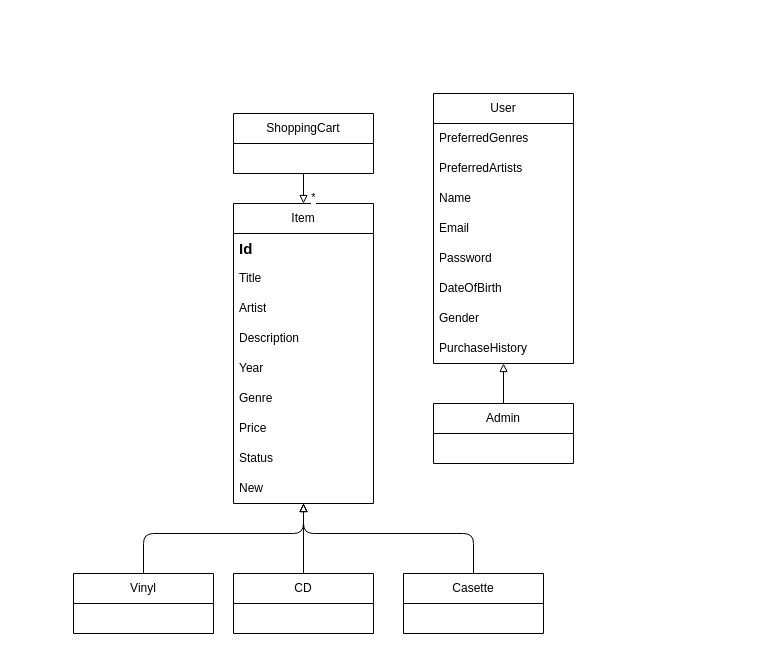
JochemGrootherder/educom-webshop-runtime-records keeps this draw.io diagram as diagrams/ERD.drawio. Above is the earlier version. Source tidied: cells renumbered, new cells numbered last; positions are measured from the earlier drawing's top-left corner, leaving out a move shared by most shapes. Both pictures are drawn from the tidied source at 100%, with x=0, y=0 at pixel (73, 93).
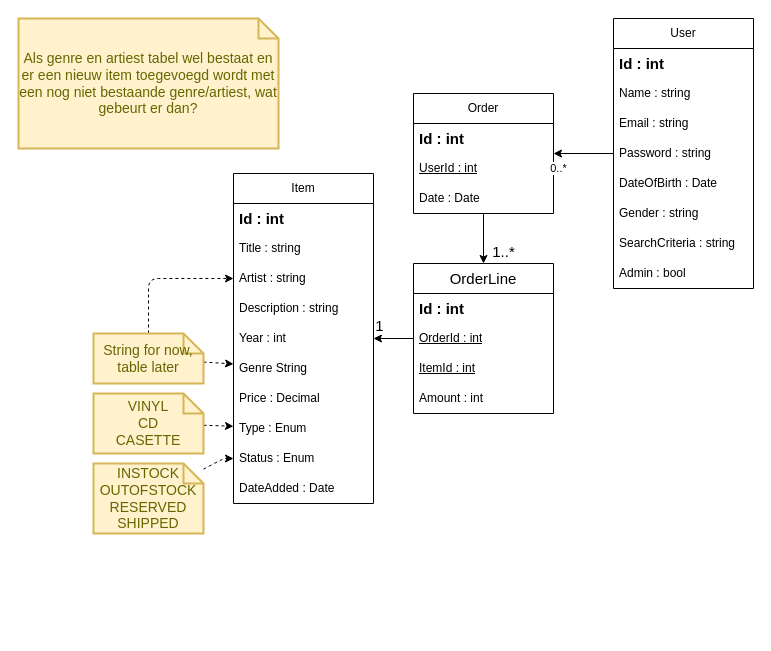
After the change.

What changed in the source:
```diff
@@
     <mxCell id="2" value="Item" style="swimlane;fontStyle=0;horizontal=1;startSize=30;whiteSpace=wrap;html=1;" parent="1" vertex="1">
-      <mxGeometry x="160" y="110" width="140" height="300" as="geometry" />
+      <mxGeometry x="160" y="80" width="140" height="330" as="geometry" />
     </mxCell>
-    <mxCell id="3" value="Id" style="text;strokeColor=none;fillColor=none;align=left;verticalAlign=middle;spacingLeft=4;spacingRight=4;overflow=hidden;whiteSpace=wrap;html=1;fontStyle=1;fontSize=15;" parent="2" vertex="1">
+    <mxCell id="3" value="Id : int" style="text;strokeColor=none;fillColor=none;align=left;verticalAlign=middle;spacingLeft=4;spacingRight=4;overflow=hidden;whiteSpace=wrap;html=1;fontStyle=1;fontSize=15;" parent="2" vertex="1">
       <mxGeometry y="30" width="140" height="30" as="geometry" />
     </mxCell>
-    <mxCell id="4" value="Title" style="text;strokeColor=none;fillColor=none;align=left;verticalAlign=middle;spacingLeft=4;spacingRight=4;overflow=hidden;whiteSpace=wrap;html=1;" parent="2" vertex="1">
+    <mxCell id="4" value="Title : string" style="text;strokeColor=none;fillColor=none;align=left;verticalAlign=middle;spacingLeft=4;spacingRight=4;overflow=hidden;whiteSpace=wrap;html=1;" parent="2" vertex="1">
       <mxGeometry y="60" width="140" height="30" as="geometry" />
     </mxCell>
-    <mxCell id="5" value="Artist" style="text;strokeColor=none;fillColor=none;align=left;verticalAlign=middle;spacingLeft=4;spacingRight=4;overflow=hidden;points=[[0,0.5],[1,0.5]];portConstraint=eastwest;whiteSpace=wrap;html=1;" parent="2" vertex="1">
+    <mxCell id="5" value="Artist : string" style="text;strokeColor=none;fillColor=none;align=left;verticalAlign=middle;spacingLeft=4;spacingRight=4;overflow=hidden;points=[[0,0.5],[1,0.5]];portConstraint=eastwest;whiteSpace=wrap;html=1;" parent="2" vertex="1">
       <mxGeometry y="90" width="140" height="30" as="geometry" />
     </mxCell>
-    <mxCell id="6" value="Description" style="text;strokeColor=none;fillColor=none;align=left;verticalAlign=middle;spacingLeft=4;spacingRight=4;overflow=hidden;whiteSpace=wrap;html=1;" parent="2" vertex="1">
+    <mxCell id="6" value="Description : string" style="text;strokeColor=none;fillColor=none;align=left;verticalAlign=middle;spacingLeft=4;spacingRight=4;overflow=hidden;whiteSpace=wrap;html=1;" parent="2" vertex="1">
       <mxGeometry y="120" width="140" height="30" as="geometry" />
     </mxCell>
-    <mxCell id="7" value="Year" style="text;strokeColor=none;fillColor=none;align=left;verticalAlign=middle;spacingLeft=4;spacingRight=4;overflow=hidden;whiteSpace=wrap;html=1;" parent="2" vertex="1">
+    <mxCell id="7" value="Year : int" style="text;strokeColor=none;fillColor=none;align=left;verticalAlign=middle;spacingLeft=4;spacingRight=4;overflow=hidden;whiteSpace=wrap;html=1;" parent="2" vertex="1">
       <mxGeometry y="150" width="140" height="30" as="geometry" />
     </mxCell>
-    <mxCell id="8" value="Genre" style="text;strokeColor=none;fillColor=none;align=left;verticalAlign=middle;spacingLeft=4;spacingRight=4;overflow=hidden;points=[[0,0.5],[1,0.5]];portConstraint=eastwest;whiteSpace=wrap;html=1;" parent="2" vertex="1">
+    <mxCell id="8" value="Genre String" style="text;strokeColor=none;fillColor=none;align=left;verticalAlign=middle;spacingLeft=4;spacingRight=4;overflow=hidden;points=[[0,0.5],[1,0.5]];portConstraint=eastwest;whiteSpace=wrap;html=1;" parent="2" vertex="1">
       <mxGeometry y="180" width="140" height="30" as="geometry" />
     </mxCell>
-    <mxCell id="9" value="Price" style="text;strokeColor=none;fillColor=none;align=left;verticalAlign=middle;spacingLeft=4;spacingRight=4;overflow=hidden;whiteSpace=wrap;html=1;" parent="2" vertex="1">
+    <mxCell id="9" value="Price : Decimal" style="text;strokeColor=none;fillColor=none;align=left;verticalAlign=middle;spacingLeft=4;spacingRight=4;overflow=hidden;whiteSpace=wrap;html=1;" parent="2" vertex="1">
       <mxGeometry y="210" width="140" height="30" as="geometry" />
     </mxCell>
+    <mxCell id="31" value="Type : Enum" style="text;strokeColor=none;fillColor=none;align=left;verticalAlign=middle;spacingLeft=4;spacingRight=4;overflow=hidden;points=[[0,0.5],[1,0.5]];portConstraint=eastwest;whiteSpace=wrap;html=1;" parent="2" vertex="1">
+      <mxGeometry y="240" width="140" height="30" as="geometry" />
+    </mxCell>
-    <mxCell id="10" value="Status" style="text;strokeColor=none;fillColor=none;align=left;verticalAlign=middle;spacingLeft=4;spacingRight=4;overflow=hidden;points=[[0,0.5],[1,0.5]];portConstraint=eastwest;whiteSpace=wrap;html=1;" parent="2" vertex="1">
-      <mxGeometry y="240" width="140" height="30" as="geometry" />
+    <mxCell id="10" value="Status : Enum" style="text;strokeColor=none;fillColor=none;align=left;verticalAlign=middle;spacingLeft=4;spacingRight=4;overflow=hidden;points=[[0,0.5],[1,0.5]];portConstraint=eastwest;whiteSpace=wrap;html=1;" parent="2" vertex="1">
+      <mxGeometry y="270" width="140" height="30" as="geometry" />
     </mxCell>
-    <mxCell id="11" value="New" style="text;strokeColor=none;fillColor=none;align=left;verticalAlign=middle;spacingLeft=4;spacingRight=4;overflow=hidden;whiteSpace=wrap;html=1;" parent="2" vertex="1">
-      <mxGeometry y="270" width="140" height="30" as="geometry" />
+    <mxCell id="11" value="DateAdded : Date" style="text;strokeColor=none;fillColor=none;align=left;verticalAlign=middle;spacingLeft=4;spacingRight=4;overflow=hidden;whiteSpace=wrap;html=1;" parent="2" vertex="1">
+      <mxGeometry y="300" width="140" height="30" as="geometry" />
     </mxCell>
-    <mxCell id="12" style="edgeStyle=orthogonalEdgeStyle;html=1;endArrow=block;endFill=0;" parent="1" edge="1" source="13" target="2">
-      <mxGeometry relative="1" as="geometry">
-        <Array as="points">
-          <mxPoint x="70" y="440" />
-          <mxPoint x="230" y="440" />
-        </Array>
-      </mxGeometry>
-    </mxCell>
-    <mxCell id="13" value="Vinyl" style="swimlane;fontStyle=0;horizontal=1;startSize=30;whiteSpace=wrap;html=1;" parent="1" vertex="1">
-      <mxGeometry y="480" width="140" height="60" as="geometry" />
-    </mxCell>
-    <mxCell id="14" style="edgeStyle=orthogonalEdgeStyle;html=1;endArrow=block;endFill=0;" parent="1" edge="1" source="15" target="2">
-      <mxGeometry relative="1" as="geometry" />
-    </mxCell>
-    <mxCell id="15" value="CD" style="swimlane;fontStyle=0;horizontal=1;startSize=30;whiteSpace=wrap;html=1;" parent="1" vertex="1">
-      <mxGeometry x="160" y="480" width="140" height="60" as="geometry" />
-    </mxCell>
-    <mxCell id="16" style="edgeStyle=orthogonalEdgeStyle;html=1;endArrow=block;endFill=0;" parent="1" edge="1" source="17" target="2">
-      <mxGeometry relative="1" as="geometry">
-        <Array as="points">
-          <mxPoint x="400" y="440" />
-          <mxPoint x="230" y="440" />
-        </Array>
-      </mxGeometry>
-    </mxCell>
-    <mxCell id="17" value="Casette" style="swimlane;fontStyle=0;horizontal=1;startSize=30;whiteSpace=wrap;html=1;" parent="1" vertex="1">
-      <mxGeometry x="330" y="480" width="140" height="60" as="geometry" />
-    </mxCell>
     <mxCell id="18" value="User" style="swimlane;fontStyle=0;horizontal=1;startSize=30;whiteSpace=wrap;html=1;" parent="1" vertex="1">
-      <mxGeometry x="360" width="140" height="270" as="geometry" />
+      <mxGeometry x="540" y="-75" width="140" height="270" as="geometry" />
     </mxCell>
-    <mxCell id="19" value="PreferredGenres" style="text;strokeColor=none;fillColor=none;align=left;verticalAlign=middle;spacingLeft=4;spacingRight=4;overflow=hidden;whiteSpace=wrap;html=1;" parent="18" vertex="1">
-      <mxGeometry y="30" width="140" height="30" as="geometry" />
-    </mxCell>
-    <mxCell id="20" value="PreferredArtists" style="text;strokeColor=none;fillColor=none;align=left;verticalAlign=middle;spacingLeft=4;spacingRight=4;overflow=hidden;whiteSpace=wrap;html=1;" parent="18" vertex="1">
-      <mxGeometry y="60" width="140" height="30" as="geometry" />
-    </mxCell>
+    <mxCell id="32" value="Id : int" style="text;strokeColor=none;fillColor=none;align=left;verticalAlign=middle;spacingLeft=4;spacingRight=4;overflow=hidden;whiteSpace=wrap;html=1;fontStyle=1;fontSize=15;" parent="18" vertex="1">
+      <mxGeometry y="30" width="140" height="30" as="geometry" />
+    </mxCell>
-    <mxCell id="21" value="Name" style="text;strokeColor=none;fillColor=none;align=left;verticalAlign=middle;spacingLeft=4;spacingRight=4;overflow=hidden;whiteSpace=wrap;html=1;" parent="18" vertex="1">
-      <mxGeometry y="90" width="140" height="30" as="geometry" />
+    <mxCell id="21" value="Name : string" style="text;strokeColor=none;fillColor=none;align=left;verticalAlign=middle;spacingLeft=4;spacingRight=4;overflow=hidden;whiteSpace=wrap;html=1;" parent="18" vertex="1">
+      <mxGeometry y="60" width="140" height="30" as="geometry" />
     </mxCell>
-    <mxCell id="22" value="Email" style="text;strokeColor=none;fillColor=none;align=left;verticalAlign=middle;spacingLeft=4;spacingRight=4;overflow=hidden;whiteSpace=wrap;html=1;" parent="18" vertex="1">
-      <mxGeometry y="120" width="140" height="30" as="geometry" />
+    <mxCell id="22" value="Email : string" style="text;strokeColor=none;fillColor=none;align=left;verticalAlign=middle;spacingLeft=4;spacingRight=4;overflow=hidden;whiteSpace=wrap;html=1;" parent="18" vertex="1">
+      <mxGeometry y="90" width="140" height="30" as="geometry" />
     </mxCell>
-    <mxCell id="23" value="Password" style="text;strokeColor=none;fillColor=none;align=left;verticalAlign=middle;spacingLeft=4;spacingRight=4;overflow=hidden;points=[[0,0.5],[1,0.5]];portConstraint=eastwest;whiteSpace=wrap;html=1;" parent="18" vertex="1">
-      <mxGeometry y="150" width="140" height="30" as="geometry" />
+    <mxCell id="23" value="Password : string" style="text;strokeColor=none;fillColor=none;align=left;verticalAlign=middle;spacingLeft=4;spacingRight=4;overflow=hidden;points=[[0,0.5],[1,0.5]];portConstraint=eastwest;whiteSpace=wrap;html=1;" parent="18" vertex="1">
+      <mxGeometry y="120" width="140" height="30" as="geometry" />
     </mxCell>
-    <mxCell id="24" value="DateOfBirth" style="text;strokeColor=none;fillColor=none;align=left;verticalAlign=middle;spacingLeft=4;spacingRight=4;overflow=hidden;whiteSpace=wrap;html=1;" parent="18" vertex="1">
-      <mxGeometry y="180" width="140" height="30" as="geometry" />
+    <mxCell id="24" value="DateOfBirth : Date" style="text;strokeColor=none;fillColor=none;align=left;verticalAlign=middle;spacingLeft=4;spacingRight=4;overflow=hidden;whiteSpace=wrap;html=1;" parent="18" vertex="1">
+      <mxGeometry y="150" width="140" height="30" as="geometry" />
     </mxCell>
-    <mxCell id="25" value="Gender" style="text;strokeColor=none;fillColor=none;align=left;verticalAlign=middle;spacingLeft=4;spacingRight=4;overflow=hidden;whiteSpace=wrap;html=1;" parent="18" vertex="1">
-      <mxGeometry y="210" width="140" height="30" as="geometry" />
+    <mxCell id="25" value="Gender : string" style="text;strokeColor=none;fillColor=none;align=left;verticalAlign=middle;spacingLeft=4;spacingRight=4;overflow=hidden;whiteSpace=wrap;html=1;" parent="18" vertex="1">
+      <mxGeometry y="180" width="140" height="30" as="geometry" />
     </mxCell>
-    <mxCell id="26" value="PurchaseHistory" style="text;strokeColor=none;fillColor=none;align=left;verticalAlign=middle;spacingLeft=4;spacingRight=4;overflow=hidden;whiteSpace=wrap;html=1;" parent="18" vertex="1">
-      <mxGeometry y="240" width="140" height="30" as="geometry" />
-    </mxCell>
-    <mxCell id="27" style="edgeStyle=orthogonalEdgeStyle;html=1;endArrow=block;endFill=0;" parent="1" edge="1" source="28" target="18">
-      <mxGeometry relative="1" as="geometry" />
-    </mxCell>
-    <mxCell id="28" value="Admin" style="swimlane;fontStyle=0;horizontal=1;startSize=30;whiteSpace=wrap;html=1;" parent="1" vertex="1">
-      <mxGeometry x="360" y="310" width="140" height="60" as="geometry" />
-    </mxCell>
-    <mxCell id="29" value="*" style="edgeStyle=orthogonalEdgeStyle;html=1;endArrow=block;endFill=0;" parent="1" edge="1" source="30" target="2">
-      <mxGeometry x="0.67" y="10" relative="1" as="geometry">
-        <mxPoint y="-1" as="offset" />
-      </mxGeometry>
-    </mxCell>
-    <mxCell id="30" value="ShoppingCart" style="swimlane;fontStyle=0;horizontal=1;startSize=30;whiteSpace=wrap;html=1;" parent="1" vertex="1">
-      <mxGeometry x="160" y="20" width="140" height="60" as="geometry" />
-    </mxCell>
+    <mxCell id="33" value="SearchCriteria : string" style="text;strokeColor=none;fillColor=none;align=left;verticalAlign=middle;spacingLeft=4;spacingRight=4;overflow=hidden;whiteSpace=wrap;html=1;" parent="18" vertex="1">
+      <mxGeometry y="210" width="140" height="30" as="geometry" />
+    </mxCell>
+    <mxCell id="34" value="Admin : bool" style="text;strokeColor=none;fillColor=none;align=left;verticalAlign=middle;spacingLeft=4;spacingRight=4;overflow=hidden;whiteSpace=wrap;html=1;" parent="18" vertex="1">
+      <mxGeometry y="240" width="140" height="30" as="geometry" />
+    </mxCell>
+    <mxCell id="35" style="edgeStyle=none;html=1;dashed=1;" parent="1" edge="1" source="37" target="8">
+      <mxGeometry relative="1" as="geometry" />
+    </mxCell>
+    <mxCell id="36" style="edgeStyle=orthogonalEdgeStyle;html=1;fontSize=15;dashed=1;" parent="1" edge="1" source="37" target="5">
+      <mxGeometry relative="1" as="geometry" />
+    </mxCell>
+    <mxCell id="37" value="String for now, table later" style="shape=note;strokeWidth=2;fontSize=14;size=20;whiteSpace=wrap;html=1;fillColor=#fff2cc;strokeColor=#d6b656;fontColor=#666600;" parent="1" vertex="1">
+      <mxGeometry x="20" y="240" width="110" height="50" as="geometry" />
+    </mxCell>
+    <mxCell id="38" value="1..*" style="edgeStyle=none;html=1;fontSize=15;" parent="1" edge="1" source="39" target="45">
+      <mxGeometry x="0.5" y="20" relative="1" as="geometry" />
+    </mxCell>
+    <mxCell id="39" value="Order" style="swimlane;fontStyle=0;horizontal=1;startSize=30;whiteSpace=wrap;html=1;" parent="1" vertex="1">
+      <mxGeometry x="340" width="140" height="120" as="geometry" />
+    </mxCell>
+    <mxCell id="40" value="Id : int" style="text;strokeColor=none;fillColor=none;align=left;verticalAlign=middle;spacingLeft=4;spacingRight=4;overflow=hidden;whiteSpace=wrap;html=1;fontStyle=1;fontSize=15;" parent="39" vertex="1">
+      <mxGeometry y="30" width="140" height="30" as="geometry" />
+    </mxCell>
+    <mxCell id="41" value="UserId : int" style="text;strokeColor=none;fillColor=none;align=left;verticalAlign=middle;spacingLeft=4;spacingRight=4;overflow=hidden;whiteSpace=wrap;html=1;fontStyle=4;" parent="39" vertex="1">
+      <mxGeometry y="60" width="140" height="30" as="geometry" />
+    </mxCell>
+    <mxCell id="42" value="Date : Date" style="text;strokeColor=none;fillColor=none;align=left;verticalAlign=middle;spacingLeft=4;spacingRight=4;overflow=hidden;whiteSpace=wrap;html=1;" parent="39" vertex="1">
+      <mxGeometry y="90" width="140" height="30" as="geometry" />
+    </mxCell>
+    <mxCell id="43" value="0..*" style="edgeStyle=none;html=1;" parent="1" edge="1" source="23" target="39">
+      <mxGeometry x="0.82" y="15" relative="1" as="geometry" />
+    </mxCell>
+    <mxCell id="44" value="1" style="edgeStyle=none;html=1;fontSize=15;" parent="1" edge="1" source="45" target="2">
+      <mxGeometry x="0.71" y="-13" relative="1" as="geometry" />
+    </mxCell>
+    <mxCell id="45" value="OrderLine" style="swimlane;fontStyle=0;horizontal=1;startSize=30;whiteSpace=wrap;html=1;fontSize=15;" parent="1" vertex="1">
+      <mxGeometry x="340" y="170" width="140" height="150" as="geometry" />
+    </mxCell>
+    <mxCell id="46" value="Id : int" style="text;strokeColor=none;fillColor=none;align=left;verticalAlign=middle;spacingLeft=4;spacingRight=4;overflow=hidden;whiteSpace=wrap;html=1;fontStyle=1;fontSize=15;" parent="45" vertex="1">
+      <mxGeometry y="30" width="140" height="30" as="geometry" />
+    </mxCell>
+    <mxCell id="47" value="OrderId : int" style="text;strokeColor=none;fillColor=none;align=left;verticalAlign=middle;spacingLeft=4;spacingRight=4;overflow=hidden;whiteSpace=wrap;html=1;fontStyle=4;" parent="45" vertex="1">
+      <mxGeometry y="60" width="140" height="30" as="geometry" />
+    </mxCell>
+    <mxCell id="48" value="ItemId : int" style="text;strokeColor=none;fillColor=none;align=left;verticalAlign=middle;spacingLeft=4;spacingRight=4;overflow=hidden;whiteSpace=wrap;html=1;fontStyle=4;" parent="45" vertex="1">
+      <mxGeometry y="90" width="140" height="30" as="geometry" />
+    </mxCell>
+    <mxCell id="49" value="Amount : int" style="text;strokeColor=none;fillColor=none;align=left;verticalAlign=middle;spacingLeft=4;spacingRight=4;overflow=hidden;whiteSpace=wrap;html=1;" parent="45" vertex="1">
+      <mxGeometry y="120" width="140" height="30" as="geometry" />
+    </mxCell>
+    <mxCell id="50" style="edgeStyle=none;html=1;fontSize=15;dashed=1;" parent="1" edge="1" source="51" target="31">
+      <mxGeometry relative="1" as="geometry" />
+    </mxCell>
+    <mxCell id="51" value="VINYL&lt;br&gt;CD&lt;br&gt;CASETTE" style="shape=note;strokeWidth=2;fontSize=14;size=20;whiteSpace=wrap;html=1;fillColor=#fff2cc;strokeColor=#d6b656;fontColor=#666600;" parent="1" vertex="1">
+      <mxGeometry x="20" y="300" width="110" height="60" as="geometry" />
+    </mxCell>
+    <mxCell id="52" style="edgeStyle=none;html=1;fontSize=15;dashed=1;" parent="1" edge="1" source="53" target="10">
+      <mxGeometry relative="1" as="geometry">
+        <Array as="points">
+          <mxPoint x="150" y="365" />
+        </Array>
+      </mxGeometry>
+    </mxCell>
+    <mxCell id="53" value="INSTOCK&lt;br&gt;OUTOFSTOCK&lt;br&gt;RESERVED&lt;br&gt;SHIPPED" style="shape=note;strokeWidth=2;fontSize=14;size=20;whiteSpace=wrap;html=1;fillColor=#fff2cc;strokeColor=#d6b656;fontColor=#666600;" parent="1" vertex="1">
+      <mxGeometry x="20" y="370" width="110" height="70" as="geometry" />
+    </mxCell>
+    <mxCell id="54" value="Als genre en artiest tabel wel bestaat en er een nieuw item toegevoegd wordt met een nog niet bestaande genre/artiest, wat gebeurt er dan?" style="shape=note;strokeWidth=2;fontSize=14;size=20;whiteSpace=wrap;html=1;fillColor=#fff2cc;strokeColor=#d6b656;fontColor=#666600;" parent="1" vertex="1">
+      <mxGeometry x="-55" y="-75" width="260" height="130" as="geometry" />
+    </mxCell>
```
